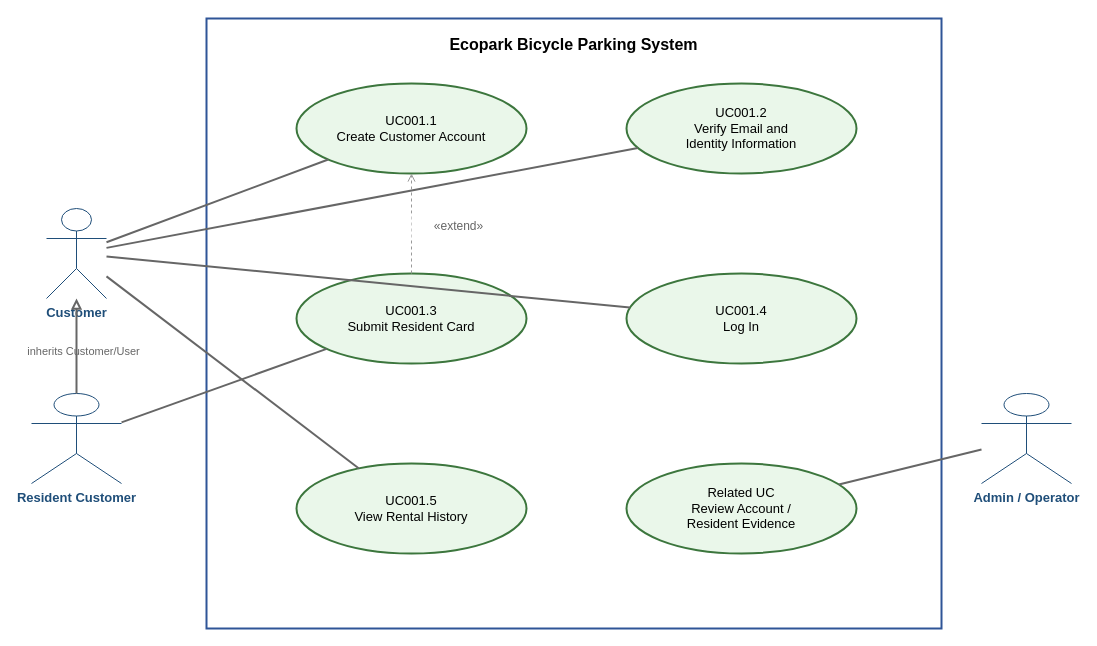
Earlier version of the draw.io diagram page "UC001 Register and Verify Customer Account" (2 of 6) of docs/BikeSharing_UseCase_Diagrams.drawio (sontungkieu/2025.2-IT3180E-SE). Source tidied: cells renumbered, new cells numbered last; positions are measured from the earlier drawing's top-left corner, leaving out a move shared by most shapes. Both pictures are drawn from the tidied source at 100%, with x=0, y=0 at pixel (26, 18).
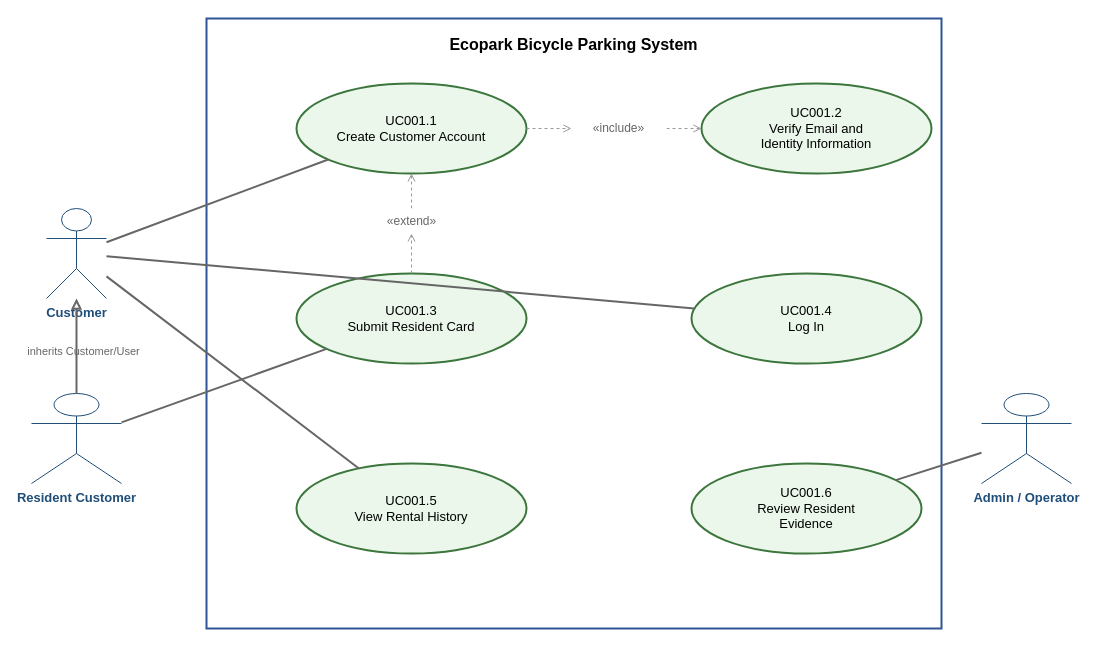
After the change.

The change refers to these unchanged cells:
```xml
<mxCell id="3" value="Customer" style="shape=umlActor;verticalLabelPosition=bottom;verticalAlign=top;html=1;outlineConnect=0;strokeColor=#1F4E79;fontColor=#1F4E79;fontStyle=1;fontSize=13;" parent="1" vertex="1">
  <mxGeometry x="20" y="190" width="60" height="90" as="geometry" />
</mxCell>
```

What changed in the source:
```diff
@@
-    <mxCell id="6" value="UC001.1&#10;Create Customer Account" style="ellipse;whiteSpace=wrap;html=1;fillColor=#EAF7EA;strokeColor=#3C763D;strokeWidth=2;fontSize=13;" parent="1" vertex="1">
+    <mxCell id="6" value="UC001.1&#10;Create Customer Account" style="ellipse;whiteSpace=wrap;html=1;fillColor=#EAF7EA;strokeColor=#3C763D;strokeWidth=2;fontSize=13;fontColor=#000000;" parent="1" vertex="1">
       <mxGeometry x="270" y="65" width="230" height="90" as="geometry" />
     </mxCell>
-    <mxCell id="7" value="UC001.2&#10;Verify Email and&#10;Identity Information" style="ellipse;whiteSpace=wrap;html=1;fillColor=#EAF7EA;strokeColor=#3C763D;strokeWidth=2;fontSize=13;" parent="1" vertex="1">
-      <mxGeometry x="600" y="65" width="230" height="90" as="geometry" />
+    <mxCell id="7" value="UC001.2&#10;Verify Email and&#10;Identity Information" style="ellipse;whiteSpace=wrap;html=1;fillColor=#EAF7EA;strokeColor=#3C763D;strokeWidth=2;fontSize=13;fontColor=#000000;" parent="1" vertex="1">
+      <mxGeometry x="675" y="65" width="230" height="90" as="geometry" />
     </mxCell>
-    <mxCell id="8" value="UC001.3&#10;Submit Resident Card" style="ellipse;whiteSpace=wrap;html=1;fillColor=#EAF7EA;strokeColor=#3C763D;strokeWidth=2;fontSize=13;" parent="1" vertex="1">
+    <mxCell id="8" value="UC001.3&#10;Submit Resident Card" style="ellipse;whiteSpace=wrap;html=1;fillColor=#EAF7EA;strokeColor=#3C763D;strokeWidth=2;fontSize=13;fontColor=#000000;" parent="1" vertex="1">
       <mxGeometry x="270" y="255" width="230" height="90" as="geometry" />
     </mxCell>
-    <mxCell id="9" value="UC001.4&#10;Log In" style="ellipse;whiteSpace=wrap;html=1;fillColor=#EAF7EA;strokeColor=#3C763D;strokeWidth=2;fontSize=13;" parent="1" vertex="1">
-      <mxGeometry x="600" y="255" width="230" height="90" as="geometry" />
+    <mxCell id="9" value="UC001.4&#10;Log In" style="ellipse;whiteSpace=wrap;html=1;fillColor=#EAF7EA;strokeColor=#3C763D;strokeWidth=2;fontSize=13;fontColor=#000000;" parent="1" vertex="1">
+      <mxGeometry x="665" y="255" width="230" height="90" as="geometry" />
     </mxCell>
-    <mxCell id="10" value="UC001.5&#10;View Rental History" style="ellipse;whiteSpace=wrap;html=1;fillColor=#EAF7EA;strokeColor=#3C763D;strokeWidth=2;fontSize=13;" parent="1" vertex="1">
+    <mxCell id="10" value="UC001.5&#10;View Rental History" style="ellipse;whiteSpace=wrap;html=1;fillColor=#EAF7EA;strokeColor=#3C763D;strokeWidth=2;fontSize=13;fontColor=#000000;" parent="1" vertex="1">
       <mxGeometry x="270" y="445" width="230" height="90" as="geometry" />
     </mxCell>
-    <mxCell id="11" value="Related UC&#10;Review Account /&#10;Resident Evidence" style="ellipse;whiteSpace=wrap;html=1;fillColor=#EAF7EA;strokeColor=#3C763D;strokeWidth=2;fontSize=13;" parent="1" vertex="1">
-      <mxGeometry x="600" y="445" width="230" height="90" as="geometry" />
+    <mxCell id="11" value="UC001.6&#10;Review Resident&#10;Evidence" style="ellipse;whiteSpace=wrap;html=1;fillColor=#EAF7EA;strokeColor=#3C763D;strokeWidth=2;fontSize=13;fontColor=#000000;" parent="1" vertex="1">
+      <mxGeometry x="665" y="445" width="230" height="90" as="geometry" />
     </mxCell>
@@
-    <mxCell id="13" style="endArrow=none;html=1;strokeColor=#666666;strokeWidth=2;" parent="1" edge="1" source="3" target="7">
+    <mxCell id="13" style="endArrow=open;html=1;dashed=1;strokeColor=#999999;fontSize=12;" parent="1" edge="1" source="24" target="7">
       <mxGeometry relative="1" as="geometry" />
     </mxCell>
@@
-    <mxCell id="18" style="endArrow=open;html=1;dashed=1;strokeColor=#999999;fontSize=12;" parent="1" edge="1" source="8" target="6">
+    <mxCell id="18" style="endArrow=open;html=1;dashed=1;strokeColor=#999999;fontSize=12;" parent="1" edge="1" source="21" target="6">
       <mxGeometry relative="1" as="geometry" />
     </mxCell>
@@
+    <mxCell id="22" style="endArrow=open;html=1;dashed=1;strokeColor=#999999;fontSize=12;" parent="1" edge="1" source="8" target="21">
+      <mxGeometry relative="1" as="geometry" />
+    </mxCell>
     <mxCell id="21" value="&amp;laquo;extend&amp;raquo;" style="text;html=1;strokeColor=none;fillColor=#FFFFFF;fontSize=12;fontColor=#666666;align=center;verticalAlign=middle;whiteSpace=wrap;" parent="1" vertex="1">
-      <mxGeometry x="385" y="195" width="95" height="25" as="geometry" />
+      <mxGeometry x="337.5" y="190" width="95" height="25" as="geometry" />
     </mxCell>
+    <mxCell id="23" style="endArrow=open;html=1;dashed=1;strokeColor=#999999;fontSize=12;" parent="1" edge="1" source="6" target="24">
+      <mxGeometry relative="1" as="geometry" />
+    </mxCell>
+    <mxCell id="24" value="&amp;laquo;include&amp;raquo;" style="text;html=1;strokeColor=none;fillColor=#FFFFFF;fontSize=12;fontColor=#666666;align=center;verticalAlign=middle;whiteSpace=wrap;" parent="1" vertex="1">
+      <mxGeometry x="545" y="97.5" width="95" height="25" as="geometry" />
+    </mxCell>
```
